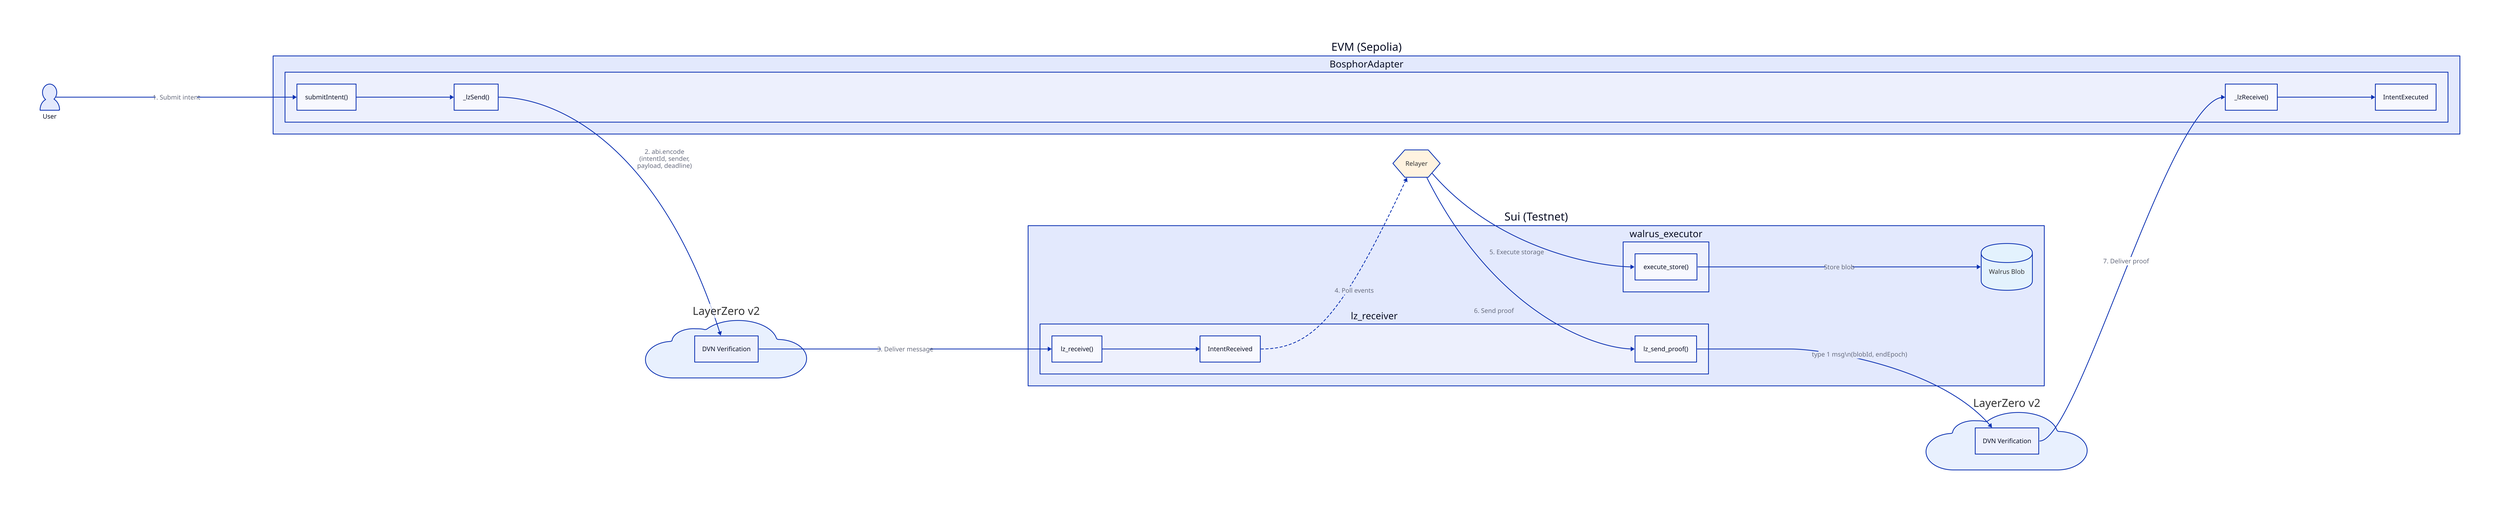
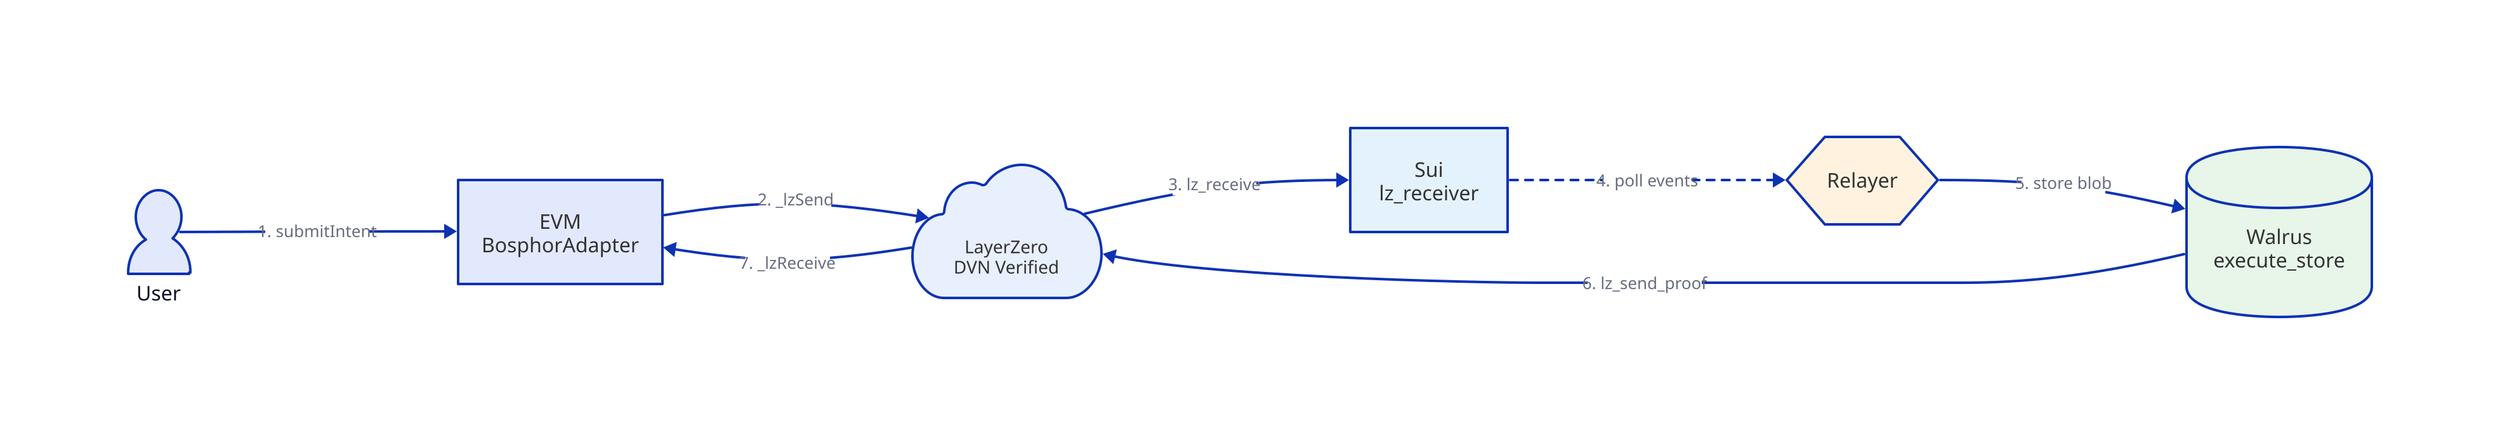
direction: right

user: User {
  shape: person
+   style.font-size: 16
}

- evm: EVM (Sepolia) {
-   adapter: BosphorAdapter {
-     submit: submitIntent()
-     lzSend: _lzSend()
-     lzReceive: _lzReceive()
-     executed: IntentExecuted
-   }
+ evm: EVM\nBosphorAdapter {
+   style.font-size: 16
+   style.fill: "#E3E9FD"
+   style.font-color: "#333"
}

- lz1: LayerZero v2 {
+ lz: LayerZero\nDVN Verified {
  shape: cloud
  style.fill: "#E8F0FE"
  style.font-color: "#333"
-   dvn: DVN Verification
+   style.font-size: 14
}

- sui: Sui (Testnet) {
-   receiver: lz_receiver {
-     lzReceive: lz_receive()
-     event: IntentReceived
-     sendProof: lz_send_proof()
-   }
-   executor: walrus_executor {
-     store: execute_store()
-   }
-   walrus: Walrus Blob {
-     shape: cylinder
-     style.fill: "#E3F2FD"
-     style.font-color: "#333"
-   }
+ sui: Sui\nlz_receiver {
+   style.font-size: 16
+   style.fill: "#E3F2FD"
+   style.font-color: "#333"
}

relayer: Relayer {
  shape: hexagon
  style.fill: "#FFF3E0"
  style.font-color: "#333"
+   style.font-size: 16
}

- lz2: LayerZero v2 {
-   shape: cloud
-   style.fill: "#E8F0FE"
+ walrus: Walrus\nexecute_store {
+   shape: cylinder
+   style.fill: "#E8F5E9"
  style.font-color: "#333"
-   dvn: DVN Verification
+   style.font-size: 16
}

# Forward path
- user -> evm.adapter.submit: 1. Submit intent
- evm.adapter.submit -> evm.adapter.lzSend
- evm.adapter.lzSend -> lz1.dvn: 2. abi.encode\n(intentId, sender,\npayload, deadline)
- lz1.dvn -> sui.receiver.lzReceive: 3. Deliver message
- sui.receiver.lzReceive -> sui.receiver.event
+ user -> evm: 1. submitIntent {style.font-size: 13}
+ evm -> lz: 2. _lzSend {style.font-size: 13}
+ lz -> sui: 3. lz_receive {style.font-size: 13}

- # Relayer processing
- sui.receiver.event -> relayer: 4. Poll events {
+ # Relayer picks up
+ sui -> relayer: 4. poll events {
  style.stroke-dash: 3
+   style.font-size: 13
}
- relayer -> sui.executor.store: 5. Execute storage
- sui.executor.store -> sui.walrus: Store blob
+ 
+ # Storage
+ relayer -> walrus: 5. store blob {style.font-size: 13}

# Return path
- relayer -> sui.receiver.sendProof: 6. Send proof
- sui.receiver.sendProof -> lz2.dvn: |md type 1 msg\n(blobId, endEpoch)|
- lz2.dvn -> evm.adapter.lzReceive: 7. Deliver proof
- evm.adapter.lzReceive -> evm.adapter.executed
+ walrus -> lz: 6. lz_send_proof {style.font-size: 13}
+ lz -> evm: 7. _lzReceive {style.font-size: 13}
